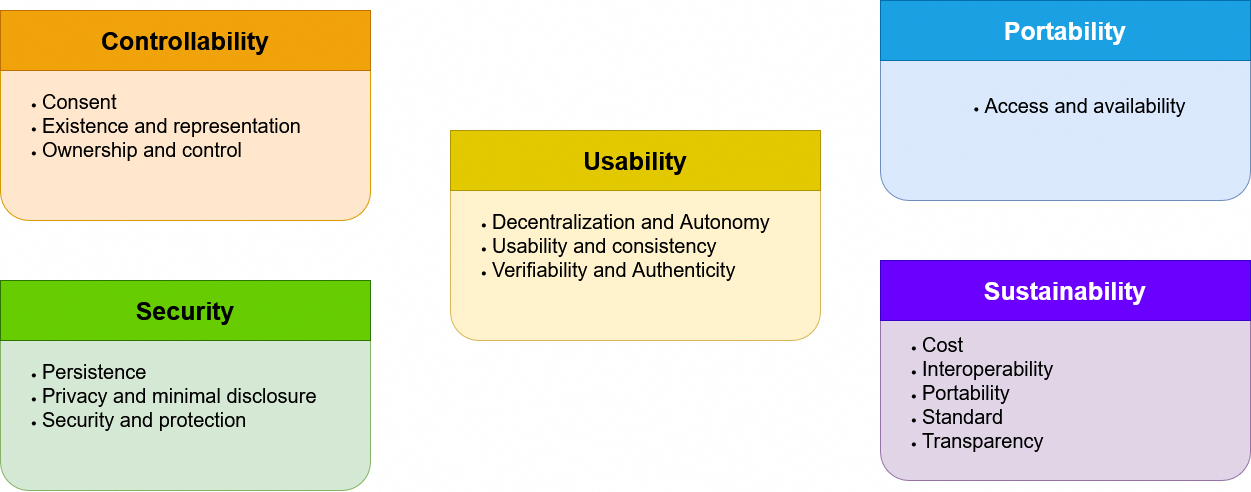
The draw.io diagram definition/images/final_list_properties/Final_list_properties.png in cristianlepore/Self-Sovereign-Identity, before a commit. Source tidied: cells renumbered, new cells last; positions are measured from the earlier drawing's top-left corner, leaving out a move shared by most shapes.
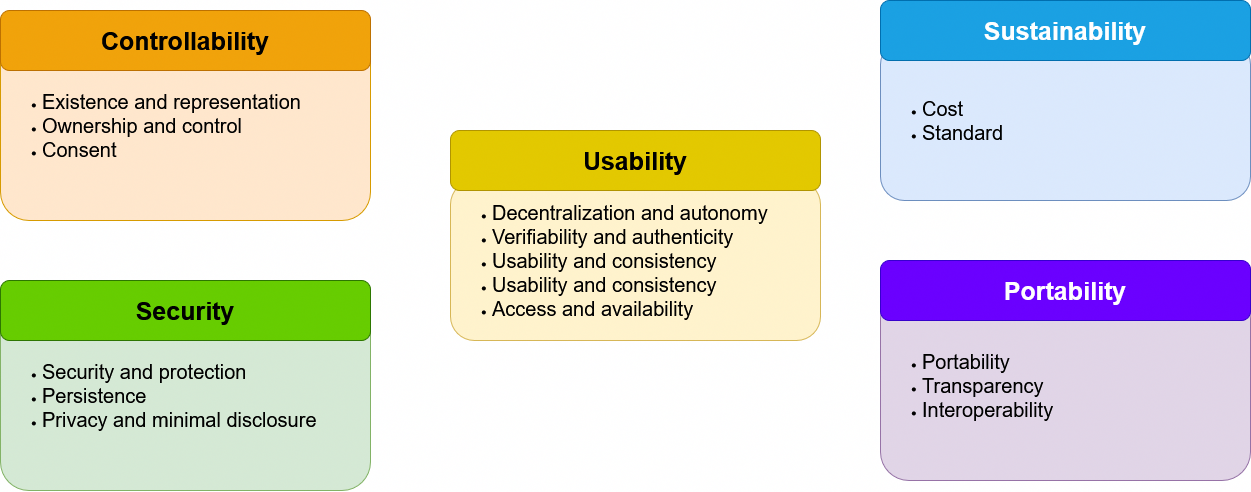
After the commit.

Change to the diagram source:
```diff
@@ -2,35 +2,35 @@
   <root>
     <mxCell id="0" />
     <mxCell id="1" parent="0" />
-    <mxCell id="2" value="&lt;div align=&quot;left&quot;&gt;&lt;ul&gt;&lt;li&gt;&lt;font style=&quot;font-size: 20px;&quot;&gt;Consent&lt;/font&gt;&lt;/li&gt;&lt;li&gt;&lt;font style=&quot;font-size: 20px;&quot;&gt;Existence and representation&lt;/font&gt;&lt;/li&gt;&lt;li&gt;&lt;font style=&quot;font-size: 20px;&quot;&gt;Ownership and control&lt;/font&gt;&lt;/li&gt;&lt;/ul&gt;&lt;/div&gt;" style="rounded=1;whiteSpace=wrap;html=1;align=left;fillColor=#ffe6cc;strokeColor=#d79b00;" parent="1" vertex="1">
-      <mxGeometry y="30" width="370" height="190" as="geometry" />
-    </mxCell>
-    <mxCell id="3" value="&lt;div align=&quot;left&quot;&gt;&lt;ul&gt;&lt;li&gt;&lt;font style=&quot;font-size: 20px;&quot;&gt;Persistence&lt;/font&gt;&lt;/li&gt;&lt;li&gt;&lt;font style=&quot;font-size: 20px;&quot;&gt;Privacy and minimal disclosure&lt;/font&gt;&lt;/li&gt;&lt;li&gt;&lt;font style=&quot;font-size: 20px;&quot;&gt;Security and protection&lt;/font&gt;&lt;/li&gt;&lt;/ul&gt;&lt;/div&gt;" style="rounded=1;whiteSpace=wrap;html=1;align=left;fillColor=#d5e8d4;strokeColor=#82b366;" parent="1" vertex="1">
-      <mxGeometry y="300" width="370" height="190" as="geometry" />
-    </mxCell>
-    <mxCell id="4" value="&lt;div align=&quot;left&quot;&gt;&lt;ul&gt;&lt;li&gt;&lt;font style=&quot;font-size: 20px;&quot;&gt;Decentralization and Autonomy&lt;/font&gt;&lt;/li&gt;&lt;li&gt;&lt;font style=&quot;font-size: 20px;&quot;&gt;Usability and consistency&lt;/font&gt;&lt;/li&gt;&lt;li&gt;&lt;font style=&quot;font-size: 20px;&quot;&gt;Verifiability and Authenticity&lt;/font&gt;&lt;/li&gt;&lt;/ul&gt;&lt;/div&gt;" style="rounded=1;whiteSpace=wrap;html=1;align=left;fillColor=#fff2cc;strokeColor=#d6b656;" parent="1" vertex="1">
-      <mxGeometry x="450" y="150" width="370" height="190" as="geometry" />
-    </mxCell>
+    <mxCell id="12" value="&lt;div align=&quot;left&quot;&gt;&lt;ul&gt;&lt;li&gt;&lt;font style=&quot;font-size: 20px;&quot;&gt;Existence and representation&lt;/font&gt;&lt;/li&gt;&lt;li&gt;&lt;font style=&quot;font-size: 20px;&quot;&gt;Ownership and control&lt;/font&gt;&lt;/li&gt;&lt;li&gt;&lt;font style=&quot;font-size: 20px;&quot;&gt;Consent&lt;/font&gt;&lt;/li&gt;&lt;/ul&gt;&lt;/div&gt;" style="rounded=1;whiteSpace=wrap;html=1;align=left;fillColor=#ffe6cc;strokeColor=#d79b00;" parent="1" vertex="1">
+      <mxGeometry y="30" width="370" height="190" as="geometry" />
+    </mxCell>
+    <mxCell id="13" value="&lt;div align=&quot;left&quot;&gt;&lt;ul&gt;&lt;li&gt;&lt;font style=&quot;font-size: 20px;&quot;&gt;Security and protection&lt;/font&gt;&lt;/li&gt;&lt;li&gt;&lt;font style=&quot;font-size: 20px;&quot;&gt;Persistence&lt;/font&gt;&lt;/li&gt;&lt;li&gt;&lt;font style=&quot;font-size: 20px;&quot;&gt;Privacy and minimal disclosure&lt;/font&gt;&lt;/li&gt;&lt;/ul&gt;&lt;/div&gt;" style="rounded=1;whiteSpace=wrap;html=1;align=left;fillColor=#d5e8d4;strokeColor=#82b366;" parent="1" vertex="1">
+      <mxGeometry y="300" width="370" height="190" as="geometry" />
+    </mxCell>
+    <mxCell id="14" value="&lt;div align=&quot;left&quot;&gt;&lt;ul&gt;&lt;li&gt;&lt;font style=&quot;font-size: 20px;&quot;&gt;Decentralization and autonomy&lt;/font&gt;&lt;/li&gt;&lt;li&gt;&lt;font style=&quot;font-size: 20px;&quot;&gt;Verifiability and authenticity&lt;/font&gt;&lt;/li&gt;&lt;li&gt;&lt;font style=&quot;font-size: 20px;&quot;&gt;Usability and consistency&lt;/font&gt;&lt;/li&gt;&lt;li&gt;&lt;font style=&quot;font-size: 20px;&quot;&gt;Usability and consistency&lt;/font&gt;&lt;/li&gt;&lt;li&gt;&lt;font style=&quot;font-size: 20px;&quot;&gt;Access and availability&lt;/font&gt;&lt;/li&gt;&lt;/ul&gt;&lt;/div&gt;" style="rounded=1;whiteSpace=wrap;html=1;align=left;fillColor=#fff2cc;strokeColor=#d6b656;" parent="1" vertex="1">
+      <mxGeometry x="450" y="180" width="370" height="160" as="geometry" />
+    </mxCell>
-    <mxCell id="5" value="&lt;b&gt;&lt;font style=&quot;font-size: 25px;&quot;&gt;Controllability&lt;/font&gt;&lt;/b&gt;" style="rounded=0;whiteSpace=wrap;html=1;fillColor=#f0a30a;fontColor=#000000;strokeColor=#BD7000;" parent="1" vertex="1">
+    <mxCell id="5" value="&lt;b&gt;&lt;font style=&quot;font-size: 25px;&quot;&gt;Controllability&lt;/font&gt;&lt;/b&gt;" style="rounded=1;whiteSpace=wrap;html=1;fillColor=#f0a30a;fontColor=#000000;strokeColor=#BD7000;" parent="1" vertex="1">
       <mxGeometry y="10" width="370" height="60" as="geometry" />
     </mxCell>
-    <mxCell id="6" value="&lt;div&gt;&lt;b&gt;&lt;font style=&quot;font-size: 25px;&quot;&gt;Usability&lt;/font&gt;&lt;/b&gt;&lt;br&gt;&lt;/div&gt;" style="rounded=0;whiteSpace=wrap;html=1;fillColor=#e3c800;fontColor=#000000;strokeColor=#B09500;" parent="1" vertex="1">
+    <mxCell id="6" value="&lt;div&gt;&lt;b&gt;&lt;font style=&quot;font-size: 25px;&quot;&gt;Usability&lt;/font&gt;&lt;/b&gt;&lt;br&gt;&lt;/div&gt;" style="rounded=1;whiteSpace=wrap;html=1;fillColor=#e3c800;fontColor=#000000;strokeColor=#B09500;" parent="1" vertex="1">
       <mxGeometry x="450" y="130" width="370" height="60" as="geometry" />
     </mxCell>
-    <mxCell id="7" value="&lt;span style=&quot;color: rgb(0, 0, 0);&quot;&gt;&lt;b&gt;&lt;font style=&quot;font-size: 25px;&quot;&gt;Security&lt;font&gt;&lt;br&gt;&lt;/font&gt;&lt;/font&gt;&lt;/b&gt;&lt;/span&gt;" style="rounded=0;whiteSpace=wrap;html=1;fillColor=#66CC00;strokeColor=#2D7600;fontColor=#ffffff;" parent="1" vertex="1">
+    <mxCell id="7" value="&lt;span style=&quot;color: rgb(0, 0, 0);&quot;&gt;&lt;b&gt;&lt;font style=&quot;font-size: 25px;&quot;&gt;Security&lt;font&gt;&lt;br&gt;&lt;/font&gt;&lt;/font&gt;&lt;/b&gt;&lt;/span&gt;" style="rounded=1;whiteSpace=wrap;html=1;fillColor=#66CC00;strokeColor=#2D7600;fontColor=#ffffff;" parent="1" vertex="1">
       <mxGeometry y="280" width="370" height="60" as="geometry" />
     </mxCell>
-    <mxCell id="8" value="&lt;div&gt;&lt;ul&gt;&lt;li&gt;&lt;font style=&quot;font-size: 20px;&quot;&gt;Access and availability&lt;/font&gt;&lt;/li&gt;&lt;/ul&gt;&lt;/div&gt;" style="rounded=1;whiteSpace=wrap;html=1;fillColor=#dae8fc;strokeColor=#6c8ebf;" parent="1" vertex="1">
-      <mxGeometry x="880" y="10" width="370" height="190" as="geometry" />
-    </mxCell>
-    <mxCell id="9" value="&lt;div align=&quot;left&quot;&gt;&lt;br&gt;&lt;ul&gt;&lt;li&gt;&lt;font style=&quot;font-size: 20px;&quot;&gt;Cost&lt;/font&gt;&lt;/li&gt;&lt;li&gt;&lt;font style=&quot;font-size: 20px;&quot;&gt;Interoperability&lt;/font&gt;&lt;/li&gt;&lt;li&gt;&lt;font style=&quot;font-size: 20px;&quot;&gt;Portability&lt;/font&gt;&lt;/li&gt;&lt;li&gt;&lt;font style=&quot;font-size: 20px;&quot;&gt;Standard&lt;/font&gt;&lt;/li&gt;&lt;li&gt;&lt;font style=&quot;font-size: 20px;&quot;&gt;Transparency&lt;/font&gt;&lt;/li&gt;&lt;/ul&gt;&lt;/div&gt;" style="rounded=1;whiteSpace=wrap;html=1;align=left;fillColor=#e1d5e7;strokeColor=#9673a6;" parent="1" vertex="1">
-      <mxGeometry x="880" y="290" width="370" height="190" as="geometry" />
-    </mxCell>
+    <mxCell id="15" value="&lt;div align=&quot;left&quot;&gt;&lt;ul&gt;&lt;li&gt;&lt;font style=&quot;font-size: 20px;&quot;&gt;Cost&lt;/font&gt;&lt;/li&gt;&lt;li&gt;&lt;div&gt;&lt;font style=&quot;font-size: 20px;&quot;&gt;Standard&lt;/font&gt;&lt;/div&gt;&lt;/li&gt;&lt;/ul&gt;&lt;/div&gt;" style="rounded=1;whiteSpace=wrap;html=1;fillColor=#dae8fc;strokeColor=#6c8ebf;align=left;" parent="1" vertex="1">
+      <mxGeometry x="880" y="40" width="370" height="160" as="geometry" />
+    </mxCell>
+    <mxCell id="16" value="&lt;div align=&quot;left&quot;&gt;&lt;ul&gt;&lt;li&gt;&lt;font style=&quot;font-size: 20px;&quot;&gt;Portability&lt;/font&gt;&lt;/li&gt;&lt;li&gt;&lt;font style=&quot;font-size: 20px;&quot;&gt;Transparency&lt;/font&gt;&lt;/li&gt;&lt;li&gt;&lt;font style=&quot;font-size: 20px;&quot;&gt;Interoperability&lt;/font&gt;&lt;/li&gt;&lt;/ul&gt;&lt;/div&gt;" style="rounded=1;whiteSpace=wrap;html=1;align=left;fillColor=#e1d5e7;strokeColor=#9673a6;" parent="1" vertex="1">
+      <mxGeometry x="880" y="290" width="370" height="190" as="geometry" />
+    </mxCell>
+    <mxCell id="11" value="&lt;b&gt;&lt;font style=&quot;font-size: 25px;&quot;&gt;Portability&lt;/font&gt;&lt;/b&gt;" style="rounded=1;whiteSpace=wrap;html=1;fillColor=#6a00ff;fontColor=#ffffff;strokeColor=#3700CC;" parent="1" vertex="1">
+      <mxGeometry x="880" y="260" width="370" height="60" as="geometry" />
+    </mxCell>
-    <mxCell id="10" value="&lt;b&gt;&lt;font style=&quot;font-size: 25px;&quot;&gt;Sustainability&lt;br&gt;&lt;/font&gt;&lt;/b&gt;" style="rounded=0;whiteSpace=wrap;html=1;fillColor=#6a00ff;fontColor=#ffffff;strokeColor=#3700CC;" parent="1" vertex="1">
-      <mxGeometry x="880" y="260" width="370" height="60" as="geometry" />
+    <mxCell id="10" value="&lt;font style=&quot;font-size: 25px;&quot;&gt;&lt;b&gt;Sustainability&lt;/b&gt;&lt;/font&gt;" style="rounded=1;whiteSpace=wrap;html=1;fillColor=#1ba1e2;fontColor=#ffffff;strokeColor=#006EAF;" parent="1" vertex="1">
+      <mxGeometry x="880" width="370" height="60" as="geometry" />
     </mxCell>
-    <mxCell id="11" value="&lt;font style=&quot;font-size: 25px;&quot;&gt;&lt;b&gt;Portability&lt;/b&gt;&lt;/font&gt;" style="rounded=0;whiteSpace=wrap;html=1;fillColor=#1ba1e2;fontColor=#ffffff;strokeColor=#006EAF;" parent="1" vertex="1">
-      <mxGeometry x="880" width="370" height="60" as="geometry" />
-    </mxCell>
   </root>
 </mxGraphModel>
```
